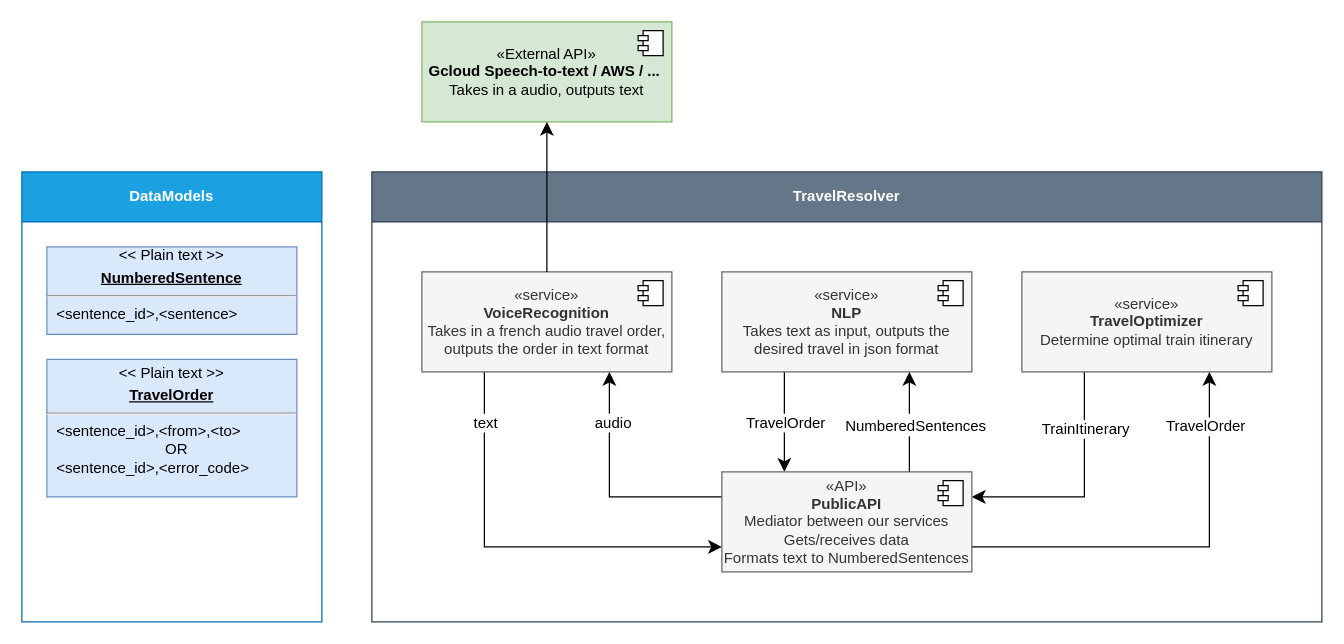
This is T-900-AI.drawio from MelvinCERBA/TravelOrderResolver, a draw.io file, before an edit. Source tidied: cells renumbered, new cells numbered last; positions are measured from the earlier drawing's top-left corner, leaving out a move shared by most shapes. Both pictures are drawn from the tidied source at 125%, with x=0, y=0 at pixel (21, 21).
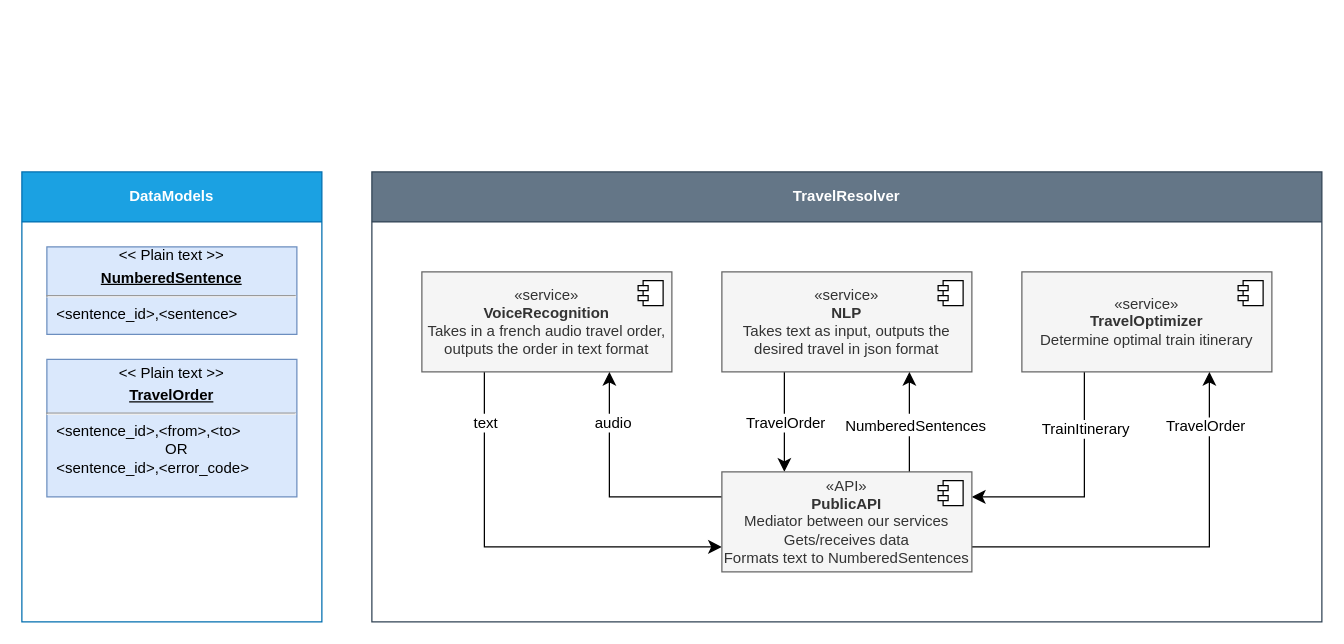
The same page after the edit.

Unchanged cells that the change refers to:
```xml
<mxCell id="12" value="«service»&lt;b&gt;&lt;br&gt;VoiceRecognition&lt;/b&gt;&lt;br&gt;Takes in a french audio travel order,&lt;br&gt;outputs the order in text format" style="html=1;whiteSpace=wrap;fontFamily=Helvetica;fontSize=12;fontColor=#333333;fillColor=#f5f5f5;strokeColor=#666666;" parent="1" vertex="1">
  <mxGeometry x="320" y="200" width="200" height="80" as="geometry" />
</mxCell>
```

What changed in the source:
```diff
@@
-    <mxCell id="23" value="«External API»&lt;br&gt;&lt;b&gt;Gcloud Speech-to-text / AWS / ...&amp;nbsp;&lt;/b&gt;&lt;br&gt;Takes in a audio, outputs text" style="html=1;whiteSpace=wrap;fontFamily=Helvetica;fontSize=12;fillColor=#d5e8d4;strokeColor=#82b366;" parent="1" vertex="1">
-      <mxGeometry x="320" width="200" height="80" as="geometry" />
-    </mxCell>
-    <mxCell id="24" style="shape=module;jettyWidth=8;jettyHeight=4;fontFamily=Helvetica;fontSize=12;fontColor=default;" parent="23" vertex="1">
-      <mxGeometry x="1" width="20" height="20" relative="1" as="geometry">
-        <mxPoint x="-27" y="7" as="offset" />
-      </mxGeometry>
-    </mxCell>
@@
-    <mxCell id="26" style="edgeStyle=orthogonalEdgeStyle;shape=connector;rounded=0;jettySize=auto;html=1;labelBackgroundColor=default;strokeColor=default;fontFamily=Helvetica;fontSize=12;fontColor=default;endArrow=classic;startSize=8;endSize=8;" parent="1" edge="1" source="12" target="23">
-      <mxGeometry relative="1" as="geometry" />
-    </mxCell>
```
